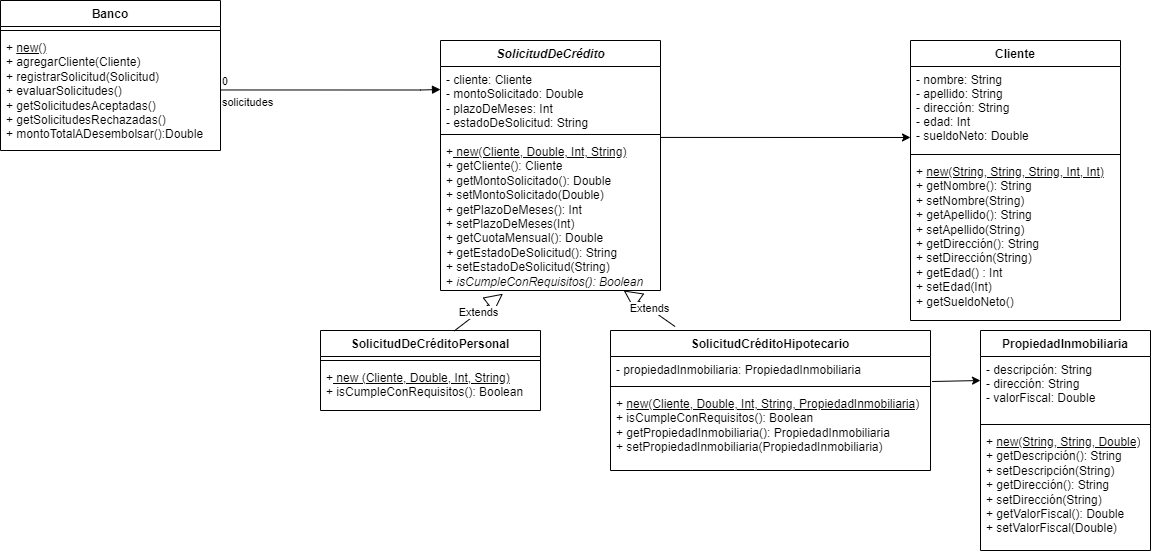
JulietaJara/unqui-po2-jara keeps this draw.io diagram as src/ar/edu/unq/po2/tp6/tp6/BancoYPrestamos-UML-TP6.drawio.png. Above is the earlier version. Source tidied: cells renumbered, new cells last; positions are measured from the earlier drawing's top-left corner, leaving out a move shared by most shapes. The source it was exported from:
```xml
<mxGraphModel>
  <root>
    <mxCell id="0" />
    <mxCell id="1" parent="0" />
    <mxCell id="2" value="Banco" style="swimlane;fontStyle=1;align=center;verticalAlign=top;horizontal=1;startSize=26;" parent="1" vertex="1">
      <mxGeometry width="220" height="150" as="geometry" />
    </mxCell>
    <mxCell id="3" style="line;strokeWidth=1;fillColor=none;align=left;verticalAlign=middle;spacingTop=-1;spacingLeft=3;spacingRight=3;labelPosition=right;strokeColor=inherit;" parent="2" vertex="1">
      <mxGeometry y="26" width="220" height="8" as="geometry" />
    </mxCell>
    <mxCell id="4" value="+ &lt;u&gt;new()&lt;/u&gt;&lt;br&gt;+ agregarCliente(Cliente)&lt;br&gt;+ registrarSolicitud(Solicitud)&lt;br&gt;+ evaluarSolicitudes()&lt;br&gt;+ getSolicitudesAceptadas()&lt;br&gt;+ getSolicitudesRechazadas()&lt;br&gt;+ montoTotalADesembolsar():Double" style="text;strokeColor=none;fillColor=none;align=left;verticalAlign=top;spacingLeft=4;spacingRight=4;overflow=hidden;html=1;" parent="2" vertex="1">
      <mxGeometry y="34" width="220" height="116" as="geometry" />
    </mxCell>
    <mxCell id="5" value="Cliente" style="swimlane;fontStyle=1;align=center;verticalAlign=top;horizontal=1;startSize=26;" parent="1" vertex="1">
      <mxGeometry x="910" y="40" width="210" height="280" as="geometry" />
    </mxCell>
    <mxCell id="6" value="- nombre: String &#10;- apellido: String &#10;- dirección: String &#10;- edad: Int &#10;- sueldoNeto: Double&#10;&#10;" style="text;strokeColor=none;fillColor=none;align=left;verticalAlign=top;spacingLeft=4;spacingRight=4;overflow=hidden;points=[[0,0.5],[1,0.5]];portConstraint=eastwest;" parent="5" vertex="1">
      <mxGeometry y="26" width="210" height="84" as="geometry" />
    </mxCell>
    <mxCell id="7" style="line;strokeWidth=1;fillColor=none;align=left;verticalAlign=middle;spacingTop=-1;spacingLeft=3;spacingRight=3;labelPosition=right;strokeColor=inherit;" parent="5" vertex="1">
      <mxGeometry y="110" width="210" height="8" as="geometry" />
    </mxCell>
    <mxCell id="8" value="+ &lt;u&gt;new(String, String, String, Int, Int)&lt;/u&gt;&lt;br&gt; + getNombre(): String &lt;br&gt;+ setNombre(String) &lt;br&gt;+ getApellido(): String &lt;br&gt;+ setApellido(String) &lt;br&gt;+ getDirección(): String &lt;br&gt;+ setDirección(String) &lt;br&gt;+ getEdad() : Int &lt;br&gt;+ setEdad(Int) &lt;br&gt;+ getSueldoNeto()&lt;br&gt;&lt;br&gt;" style="text;strokeColor=none;fillColor=none;align=left;verticalAlign=top;spacingLeft=4;spacingRight=4;overflow=hidden;html=1;" parent="5" vertex="1">
      <mxGeometry y="118" width="210" height="162" as="geometry" />
    </mxCell>
    <mxCell id="9" value="SolicitudDeCréditoPersonal" style="swimlane;fontStyle=1;align=center;verticalAlign=top;horizontal=1;startSize=26;" parent="1" vertex="1">
      <mxGeometry x="320" y="330" width="220" height="80" as="geometry" />
    </mxCell>
    <mxCell id="10" style="line;strokeWidth=1;fillColor=none;align=left;verticalAlign=middle;spacingTop=-1;spacingLeft=3;spacingRight=3;labelPosition=right;strokeColor=inherit;" parent="9" vertex="1">
      <mxGeometry y="26" width="220" height="8" as="geometry" />
    </mxCell>
    <mxCell id="11" value="+&lt;u&gt; new (Cliente, Double, Int, String)&lt;/u&gt;&lt;br&gt;+&amp;nbsp;isCumpleConRequisitos(): Boolean" style="text;strokeColor=none;fillColor=none;align=left;verticalAlign=top;spacingLeft=4;spacingRight=4;overflow=hidden;fontStyle=0;html=1;" parent="9" vertex="1">
      <mxGeometry y="34" width="220" height="46" as="geometry" />
    </mxCell>
    <mxCell id="12" value="SolicitudCréditoHipotecario" style="swimlane;fontStyle=1;align=center;verticalAlign=top;horizontal=1;startSize=26;" parent="1" vertex="1">
      <mxGeometry x="610" y="330" width="320" height="140" as="geometry" />
    </mxCell>
    <mxCell id="13" value="- propiedadInmobiliaria:&amp;nbsp;&lt;span style=&quot;text-align: center;&quot;&gt;PropiedadInmobiliaria&lt;/span&gt;" style="text;strokeColor=none;fillColor=none;align=left;verticalAlign=top;spacingLeft=4;spacingRight=4;overflow=hidden;points=[[0,0.5],[1,0.5]];portConstraint=eastwest;html=1;" parent="12" vertex="1">
      <mxGeometry y="26" width="320" height="26" as="geometry" />
    </mxCell>
    <mxCell id="14" style="line;strokeWidth=1;fillColor=none;align=left;verticalAlign=middle;spacingTop=-1;spacingLeft=3;spacingRight=3;labelPosition=right;strokeColor=inherit;" parent="12" vertex="1">
      <mxGeometry y="52" width="320" height="8" as="geometry" />
    </mxCell>
    <mxCell id="15" value="+ &lt;u&gt;new(Cliente, Double, Int, String, PropiedadInmobiliaria)&lt;/u&gt;&lt;br&gt;+ isCumpleConRequisitos(): Boolean&lt;br&gt;+ getPropiedadInmobiliaria(): PropiedadInmobiliaria&lt;br&gt;+ setPropiedadInmobiliaria(PropiedadInmobiliaria)" style="text;strokeColor=none;fillColor=none;align=left;verticalAlign=top;spacingLeft=4;spacingRight=4;overflow=hidden;html=1;" parent="12" vertex="1">
      <mxGeometry y="60" width="320" height="80" as="geometry" />
    </mxCell>
    <mxCell id="16" value="solicitudes" style="endArrow=block;endFill=1;html=1;edgeStyle=orthogonalEdgeStyle;align=left;verticalAlign=top;rounded=0;" parent="1" edge="1">
      <mxGeometry x="-1" relative="1" as="geometry">
        <mxPoint x="220" y="89.5" as="sourcePoint" />
        <mxPoint x="440" y="89" as="targetPoint" />
        <Array as="points">
          <mxPoint x="420" y="89" />
          <mxPoint x="440" y="89" />
        </Array>
      </mxGeometry>
    </mxCell>
    <mxCell id="17" value="0" style="edgeLabel;html=1;align=left;verticalAlign=bottom;" parent="16" vertex="1">
      <mxGeometry x="-1" relative="1" as="geometry" />
    </mxCell>
    <mxCell id="18" value="&lt;span style=&quot;font-style: italic;&quot;&gt;SolicitudDeCrédito&lt;/span&gt;" style="swimlane;fontStyle=1;align=center;verticalAlign=top;horizontal=1;startSize=26;html=1;" parent="1" vertex="1">
      <mxGeometry x="440" y="40" width="220" height="250" as="geometry" />
    </mxCell>
    <mxCell id="19" value="&lt;div&gt;- cliente: Cliente&amp;nbsp;&lt;/div&gt;&lt;div&gt;- montoSolicitado: Double&lt;/div&gt;&lt;div&gt;- plazoDeMeses: Int&lt;/div&gt;&lt;div&gt;- estadoDeSolicitud: String&lt;/div&gt;" style="text;strokeColor=none;fillColor=none;align=left;verticalAlign=top;spacingLeft=4;spacingRight=4;overflow=hidden;html=1;" parent="18" vertex="1">
      <mxGeometry y="26" width="220" height="64" as="geometry" />
    </mxCell>
    <mxCell id="20" style="line;strokeWidth=1;fillColor=none;align=left;verticalAlign=middle;spacingTop=-1;spacingLeft=3;spacingRight=3;labelPosition=right;strokeColor=inherit;html=1;" parent="18" vertex="1">
      <mxGeometry y="90" width="220" height="8" as="geometry" />
    </mxCell>
    <mxCell id="21" value="&lt;div&gt;+&lt;u&gt; new(Cliente, Double, Int, String)&lt;/u&gt;&lt;/div&gt;&lt;div&gt;+ getCliente(): Cliente&lt;/div&gt;&lt;div&gt;+ getMontoSolicitado(): Double&lt;/div&gt;&lt;div&gt;+ setMontoSolicitado(Double)&lt;/div&gt;&lt;div&gt;+ getPlazoDeMeses(): Int&lt;/div&gt;&lt;div&gt;+ setPlazoDeMeses(Int)&lt;/div&gt;&lt;div&gt;+ getCuotaMensual(): Double&lt;/div&gt;&lt;div&gt;&lt;i&gt;+ &lt;/i&gt;getEstadoDeSolicitud(): String&lt;/div&gt;&lt;div&gt;+ setEstadoDeSolicitud(String)&lt;/div&gt;&lt;div&gt;+&lt;i&gt; isCumpleConRequisitos(): Boolean&lt;/i&gt;&lt;/div&gt;" style="text;strokeColor=none;fillColor=none;align=left;verticalAlign=top;spacingLeft=4;spacingRight=4;overflow=hidden;points=[[0,0.5],[1,0.5]];portConstraint=eastwest;html=1;" parent="18" vertex="1">
      <mxGeometry y="98" width="220" height="152" as="geometry" />
    </mxCell>
    <mxCell id="22" value="Extends" style="endArrow=block;endSize=16;endFill=0;html=1;rounded=0;entryX=0.833;entryY=1;entryDx=0;entryDy=0;entryPerimeter=0;exitX=0.202;exitY=-0.028;exitDx=0;exitDy=0;exitPerimeter=0;" parent="1" edge="1" source="12" target="21">
      <mxGeometry relative="1" as="geometry" />
    </mxCell>
    <mxCell id="23" value="Extends" style="endArrow=block;endSize=16;endFill=0;html=1;rounded=0;entryX=0.284;entryY=1.021;entryDx=0;entryDy=0;entryPerimeter=0;exitX=0.608;exitY=0.005;exitDx=0;exitDy=0;exitPerimeter=0;" parent="1" edge="1" source="9" target="21">
      <mxGeometry relative="1" as="geometry" />
    </mxCell>
    <mxCell id="24" style="endArrow=classic;html=1;rounded=0;exitX=1.005;exitY=0.962;exitDx=0;exitDy=0;exitPerimeter=0;" parent="1" edge="1" source="13">
      <mxGeometry relative="1" as="geometry">
        <mxPoint x="980" y="380" as="targetPoint" />
      </mxGeometry>
    </mxCell>
    <mxCell id="25" value="PropiedadInmobiliaria" style="swimlane;fontStyle=1;align=center;verticalAlign=top;horizontal=1;startSize=26;" parent="1" vertex="1">
      <mxGeometry x="980" y="330" width="170" height="220" as="geometry" />
    </mxCell>
    <mxCell id="26" value="- descripción: String&#10;- dirección: String&#10;- valorFiscal: Double" style="text;strokeColor=none;fillColor=none;align=left;verticalAlign=top;spacingLeft=4;spacingRight=4;overflow=hidden;" parent="25" vertex="1">
      <mxGeometry y="26" width="170" height="64" as="geometry" />
    </mxCell>
    <mxCell id="27" style="line;strokeWidth=1;fillColor=none;align=left;verticalAlign=middle;spacingTop=-1;spacingLeft=3;spacingRight=3;labelPosition=right;strokeColor=inherit;" parent="25" vertex="1">
      <mxGeometry y="90" width="170" height="8" as="geometry" />
    </mxCell>
    <mxCell id="28" value="+ &lt;u&gt;new(String, String, Double)&lt;/u&gt;&lt;br&gt;+ getDescripción(): String&lt;br&gt;+ setDescripción(String)&lt;br&gt;+ getDirección(): String&lt;br&gt;+ setDirección(String)&lt;br&gt;+ getValorFiscal(): Double&lt;br&gt;+ setValorFiscal(Double)" style="text;strokeColor=none;fillColor=none;align=left;verticalAlign=top;spacingLeft=4;spacingRight=4;overflow=hidden;html=1;" parent="25" vertex="1">
      <mxGeometry y="98" width="170" height="122" as="geometry" />
    </mxCell>
    <mxCell id="29" style="endArrow=classic;html=1;rounded=0;entryX=0;entryY=0.845;entryDx=0;entryDy=0;entryPerimeter=0;exitX=1;exitY=-0.007;exitDx=0;exitDy=0;exitPerimeter=0;" parent="1" edge="1" source="21" target="6">
      <mxGeometry relative="1" as="geometry" />
    </mxCell>
  </root>
</mxGraphModel>
```
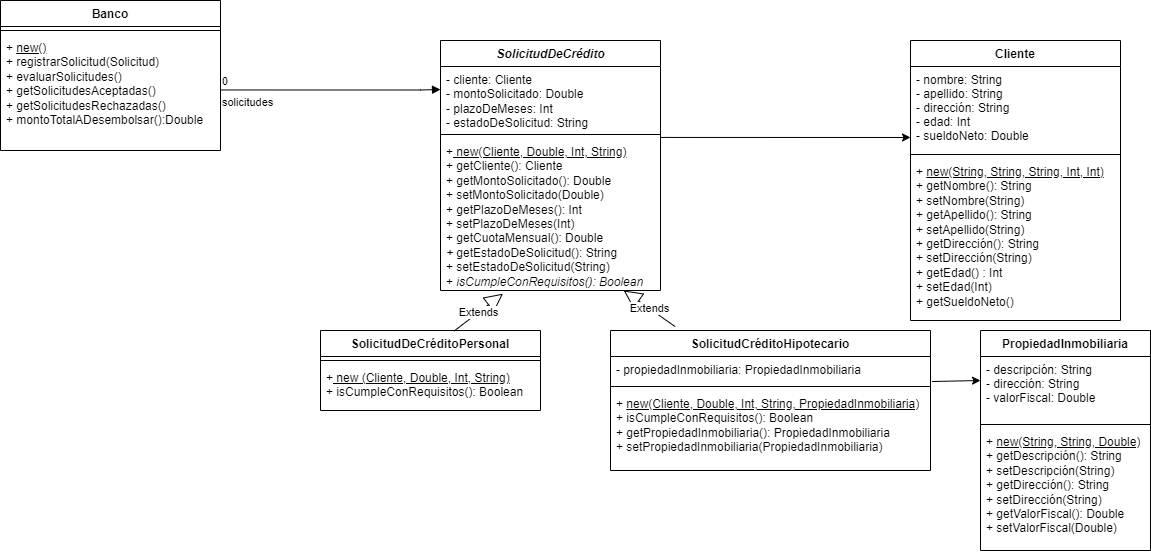
The same diagram one commit later.

Commit message:
uml Banco y Prestamos

What changed in the source:
```diff
@@ -8,7 +8,7 @@
     <mxCell id="3" style="line;strokeWidth=1;fillColor=none;align=left;verticalAlign=middle;spacingTop=-1;spacingLeft=3;spacingRight=3;labelPosition=right;strokeColor=inherit;" parent="2" vertex="1">
       <mxGeometry y="26" width="220" height="8" as="geometry" />
     </mxCell>
-    <mxCell id="4" value="+ &lt;u&gt;new()&lt;/u&gt;&lt;br&gt;+ agregarCliente(Cliente)&lt;br&gt;+ registrarSolicitud(Solicitud)&lt;br&gt;+ evaluarSolicitudes()&lt;br&gt;+ getSolicitudesAceptadas()&lt;br&gt;+ getSolicitudesRechazadas()&lt;br&gt;+ montoTotalADesembolsar():Double" style="text;strokeColor=none;fillColor=none;align=left;verticalAlign=top;spacingLeft=4;spacingRight=4;overflow=hidden;html=1;" parent="2" vertex="1">
+    <mxCell id="4" value="+ &lt;u&gt;new()&lt;/u&gt;&lt;br&gt;+ registrarSolicitud(Solicitud) &lt;br&gt;+ evaluarSolicitudes() &lt;br&gt;+ getSolicitudesAceptadas() &lt;br&gt;+ getSolicitudesRechazadas() &lt;br&gt;+ montoTotalADesembolsar():Double" style="text;strokeColor=none;fillColor=none;align=left;verticalAlign=top;spacingLeft=4;spacingRight=4;overflow=hidden;html=1;" parent="2" vertex="1">
       <mxGeometry y="34" width="220" height="116" as="geometry" />
     </mxCell>
     <mxCell id="5" value="Cliente" style="swimlane;fontStyle=1;align=center;verticalAlign=top;horizontal=1;startSize=26;" parent="1" vertex="1">
```
